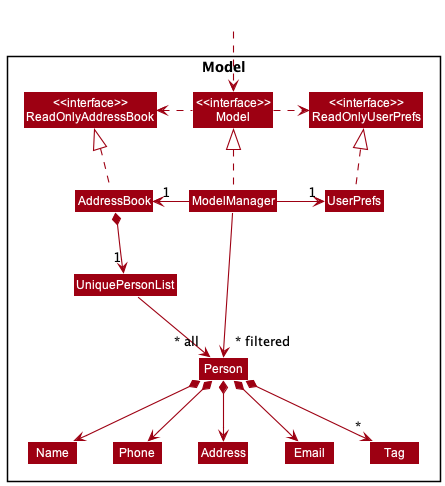
nus-cs2103-AY2223S1/tp keeps this PlantUML diagram as docs/images/ModelClassDiagram.png. Above is the earlier version.
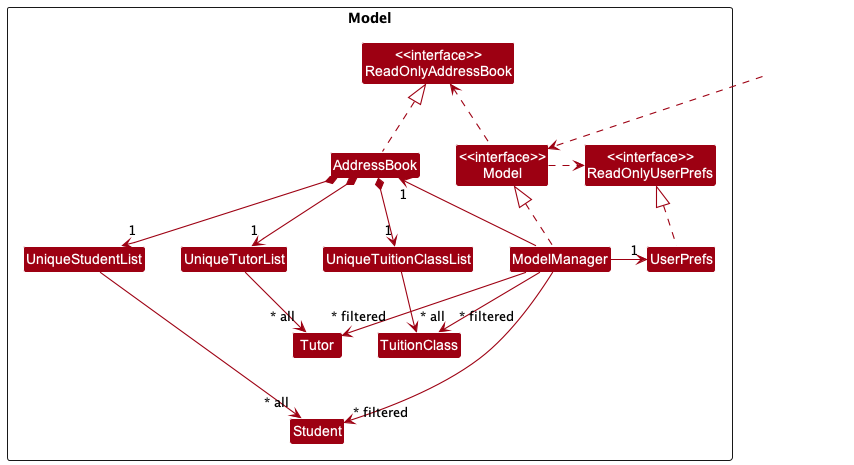
The same diagram one commit later.

Commit message:
Update model diagram and ppp

The edit, as a diff of the source:
```diff
@@ -12,13 +12,14 @@
 Class ModelManager
 Class UserPrefs
 
-Class UniquePersonList
-Class Person
-Class Address
-Class Email
-Class Name
-Class Phone
-Class Tag
+Class UniqueStudentList
+Class Student
+
+Class UniqueTutorList
+Class Tutor
+
+Class UniqueTuitionClassList
+Class TuitionClass
 
 }
 
@@ -34,17 +35,24 @@
 ModelManager -right-> "1" UserPrefs
 UserPrefs .up.|> ReadOnlyUserPrefs
 
-AddressBook *--> "1" UniquePersonList
-UniquePersonList --> "~* all" Person
-Person *--> Name
-Person *--> Phone
-Person *--> Email
-Person *--> Address
-Person *--> "*" Tag
 
-Name -[hidden]right-> Phone
-Phone -[hidden]right-> Address
-Address -[hidden]right-> Email
+AddressBook *--> "1" UniqueStudentList
+UniqueStudentList --> "~* all" Student
+ModelManager --> "~* filtered" Student
 
-ModelManager -->"~* filtered" Person
+AddressBook *--> "1" UniqueTutorList
+UniqueTutorList --> "~* all" Tutor
+ModelManager --> "~* filtered" Tutor
+
+AddressBook *--> "1" UniqueTuitionClassList
+UniqueTuitionClassList --> "~* all" TuitionClass
+ModelManager --> "~* filtered" TuitionClass
+
+UniqueStudentList -[hidden]right-> UniqueTutorList
+UniqueTutorList -[hidden]right-> UniqueTuitionClassList
+UniqueTuitionClassList -[hidden]right-> ModelManager
+
+Tutor -[hidden]down-> Student
+Tutor -[hidden]right-> TuitionClass
+
 @enduml
```
